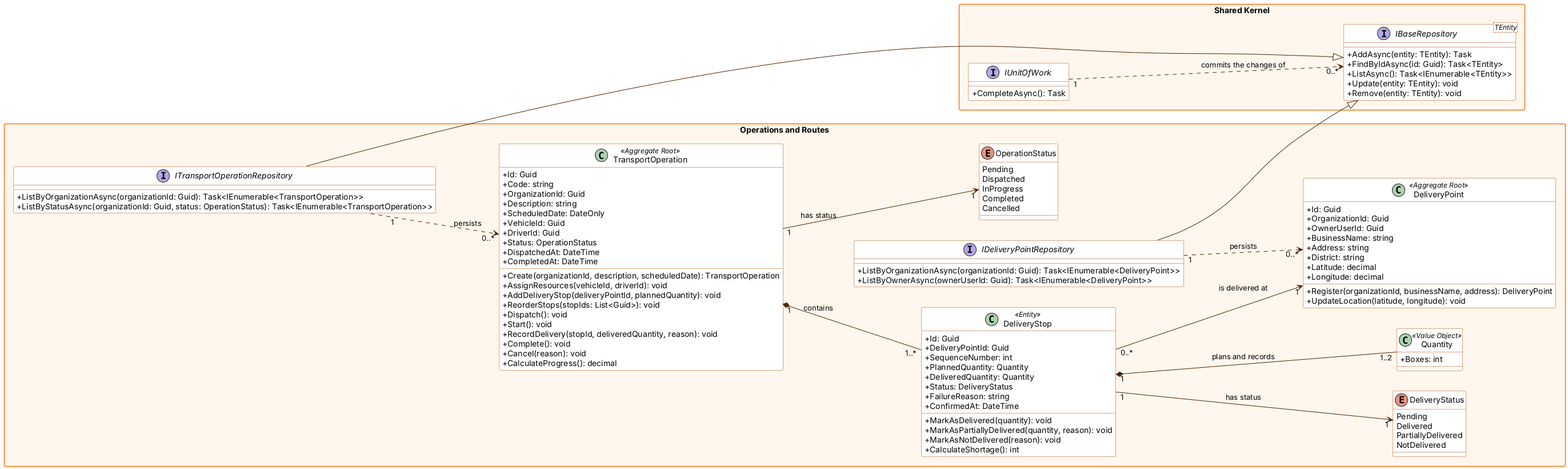
The PlantUML diagram img/Software-Object-Oriented-Design/backend-class-operations-routes.png in 1ASI0730-2620-8084-CodeCrafters/bottle-track-report, before a commit. Its diagram source:
```plantuml
@startuml
skinparam classAttributeIconSize 0
skinparam packageStyle rectangle
skinparam shadowing false
skinparam defaultFontName Arial
skinparam class {
  BackgroundColor #ffffff
  BorderColor #b34900
  ArrowColor #4f2000
}
skinparam package {
  BackgroundColor #fff7ed
  BorderColor #f97316
}
left to right direction

package "Shared Kernel" {
  interface "IBaseRepository<TEntity>" as IBaseRepository {
    + AddAsync(entity: TEntity): Task
    + FindByIdAsync(id: Guid): Task<TEntity>
    + ListAsync(): Task<IEnumerable<TEntity>>
    + Update(entity: TEntity): void
    + Remove(entity: TEntity): void
  }
  interface IUnitOfWork {
    + CompleteAsync(): Task
  }
  IUnitOfWork "1" ..> "0..*" IBaseRepository : commits the changes of
}
package "Operations and Routes" {
  class TransportOperation <<Aggregate Root>> {
    + Id: Guid
    + Code: string
    + OrganizationId: Guid
    + Description: string
    + ScheduledDate: DateOnly
    + VehicleId: Guid
    + DriverId: Guid
    + Status: OperationStatus
    + DispatchedAt: DateTime
    + CompletedAt: DateTime
    + Create(organizationId, description, scheduledDate): TransportOperation
    + AssignResources(vehicleId, driverId): void
    + AddDeliveryStop(deliveryPointId, plannedQuantity): void
    + ReorderStops(stopIds: List<Guid>): void
    + Dispatch(): void
    + Start(): void
    + RecordDelivery(stopId, deliveredQuantity, reason): void
    + Complete(): void
    + Cancel(reason): void
    + CalculateProgress(): decimal
  }
  class DeliveryStop <<Entity>> {
    + Id: Guid
    + DeliveryPointId: Guid
    + SequenceNumber: int
    + PlannedQuantity: Quantity
    + DeliveredQuantity: Quantity
    + Status: DeliveryStatus
    + FailureReason: string
    + ConfirmedAt: DateTime
    + MarkAsDelivered(quantity): void
    + MarkAsPartiallyDelivered(quantity, reason): void
    + MarkAsNotDelivered(reason): void
    + CalculateShortage(): int
  }
  class DeliveryPoint <<Aggregate Root>> {
    + Id: Guid
    + OrganizationId: Guid
    + OwnerUserId: Guid
    + BusinessName: string
    + Address: string
    + District: string
    + Latitude: decimal
    + Longitude: decimal
    + Register(organizationId, businessName, address): DeliveryPoint
    + UpdateLocation(latitude, longitude): void
  }
  class Quantity <<Value Object>> {
    + Boxes: int
  }
  enum OperationStatus {
    Pending
    Dispatched
    InProgress
    Completed
    Cancelled
  }
  enum DeliveryStatus {
    Pending
    Delivered
    PartiallyDelivered
    NotDelivered
  }
  interface ITransportOperationRepository {
    + ListByOrganizationAsync(organizationId: Guid): Task<IEnumerable<TransportOperation>>
    + ListByStatusAsync(organizationId: Guid, status: OperationStatus): Task<IEnumerable<TransportOperation>>
  }
  interface IDeliveryPointRepository {
    + ListByOrganizationAsync(organizationId: Guid): Task<IEnumerable<DeliveryPoint>>
    + ListByOwnerAsync(ownerUserId: Guid): Task<IEnumerable<DeliveryPoint>>
  }
  TransportOperation "1" *-- "1..*" DeliveryStop : contains
  TransportOperation "1" --> "1" OperationStatus : has status
  DeliveryStop "1" --> "1" DeliveryStatus : has status
  DeliveryStop "1" *-- "1..2" Quantity : plans and records
  DeliveryStop "0..*" --> "1" DeliveryPoint : is delivered at
  ITransportOperationRepository --|> IBaseRepository
  IDeliveryPointRepository --|> IBaseRepository
  ITransportOperationRepository "1" ..> "0..*" TransportOperation : persists
  IDeliveryPointRepository "1" ..> "0..*" DeliveryPoint : persists
}
@enduml
```
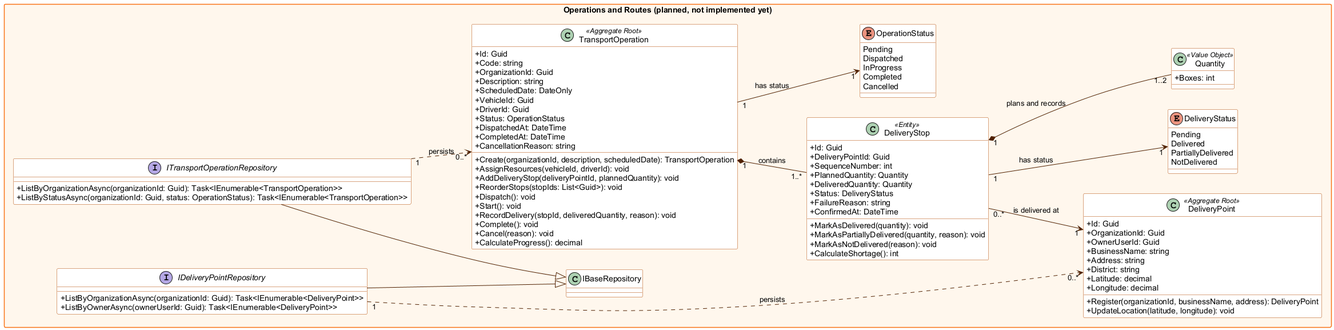
After the commit.

Commit message:
docs(class-diagram): mark operations and routes backend classes as planned

Change to the diagram source:
```diff
@@ -1,4 +1,4 @@
-@startuml
+@startuml backend-class-operations-routes
 skinparam classAttributeIconSize 0
 skinparam packageStyle rectangle
 skinparam shadowing false
@@ -14,20 +14,7 @@
 }
 left to right direction
 
-package "Shared Kernel" {
-  interface "IBaseRepository<TEntity>" as IBaseRepository {
-    + AddAsync(entity: TEntity): Task
-    + FindByIdAsync(id: Guid): Task<TEntity>
-    + ListAsync(): Task<IEnumerable<TEntity>>
-    + Update(entity: TEntity): void
-    + Remove(entity: TEntity): void
-  }
-  interface IUnitOfWork {
-    + CompleteAsync(): Task
-  }
-  IUnitOfWork "1" ..> "0..*" IBaseRepository : commits the changes of
-}
-package "Operations and Routes" {
+package "Operations and Routes (planned, not implemented yet)" {
   class TransportOperation <<Aggregate Root>> {
     + Id: Guid
     + Code: string
@@ -39,6 +26,7 @@
     + Status: OperationStatus
     + DispatchedAt: DateTime
     + CompletedAt: DateTime
+    + CancellationReason: string
     + Create(organizationId, description, scheduledDate): TransportOperation
     + AssignResources(vehicleId, driverId): void
     + AddDeliveryStop(deliveryPointId, plannedQuantity): void
```
